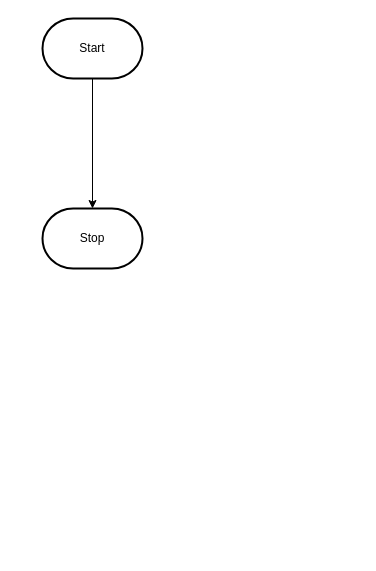
MTHS-ICD2O-1-2023/ICD2O-1-2023-Final-Project-Julianne-Leblanc-Peltier-Fethawit-Gebremekeal keeps this draw.io diagram as design/flowchart.drawio. Above is the earlier version. Source tidied: cells renumbered, new cells numbered last; positions are measured from the earlier drawing's top-left corner, leaving out a move shared by most shapes. Both pictures are drawn from the tidied source at 100%, with x=0, y=0 at pixel (42, 18).
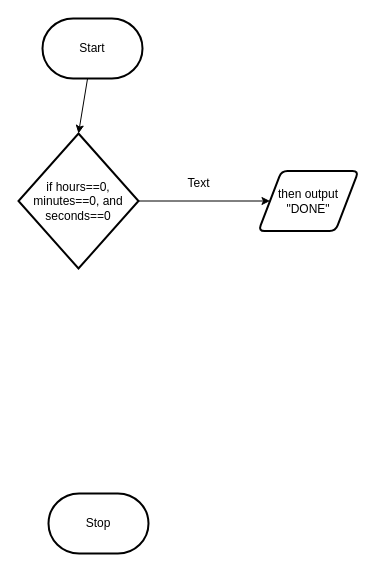
Above is the later version.

Change to the diagram source:
```diff
@@
 <mxGraphModel>
   <root>
     <mxCell id="0" />
     <mxCell id="1" parent="0" />
-    <mxCell id="2" style="edgeStyle=none;html=1;exitX=0.5;exitY=1;exitDx=0;exitDy=0;exitPerimeter=0;entryX=0.5;entryY=0;entryDx=0;entryDy=0;entryPerimeter=0;" parent="1" edge="1" source="3" target="4">
-      <mxGeometry relative="1" as="geometry" />
-    </mxCell>
+    <mxCell id="5" style="edgeStyle=none;html=1;entryX=0.5;entryY=0;entryDx=0;entryDy=0;entryPerimeter=0;" parent="1" edge="1" source="3" target="7">
+      <mxGeometry relative="1" as="geometry" />
+    </mxCell>
     <mxCell id="3" value="Start" style="strokeWidth=2;html=1;shape=mxgraph.flowchart.terminator;whiteSpace=wrap;" parent="1" vertex="1">
       <mxGeometry width="100" height="60" as="geometry" />
     </mxCell>
     <mxCell id="4" value="Stop" style="strokeWidth=2;html=1;shape=mxgraph.flowchart.terminator;whiteSpace=wrap;" parent="1" vertex="1">
-      <mxGeometry y="190" width="100" height="60" as="geometry" />
+      <mxGeometry x="6" y="475" width="100" height="60" as="geometry" />
     </mxCell>
+    <mxCell id="6" style="edgeStyle=none;html=1;exitX=1;exitY=0.5;exitDx=0;exitDy=0;exitPerimeter=0;entryX=0;entryY=0.5;entryDx=0;entryDy=0;" parent="1" edge="1" source="7" target="8">
+      <mxGeometry relative="1" as="geometry" />
+    </mxCell>
+    <mxCell id="7" value="if hours==0, minutes==0, and seconds==0" style="strokeWidth=2;html=1;shape=mxgraph.flowchart.decision;whiteSpace=wrap;" parent="1" vertex="1">
+      <mxGeometry x="-24" y="115" width="120" height="135" as="geometry" />
+    </mxCell>
+    <mxCell id="8" value="then output &quot;DONE&quot;" style="shape=parallelogram;html=1;strokeWidth=2;perimeter=parallelogramPerimeter;whiteSpace=wrap;rounded=1;arcSize=12;size=0.23;" parent="1" vertex="1">
+      <mxGeometry x="216" y="152.5" width="100" height="60" as="geometry" />
+    </mxCell>
+    <mxCell id="9" value="Text" style="text;html=1;align=center;verticalAlign=middle;strokeColor=none;fillColor=none;" parent="1" vertex="1">
+      <mxGeometry x="131" y="150" width="50" height="30" as="geometry" />
+    </mxCell>
   </root>
 </mxGraphModel>
```
